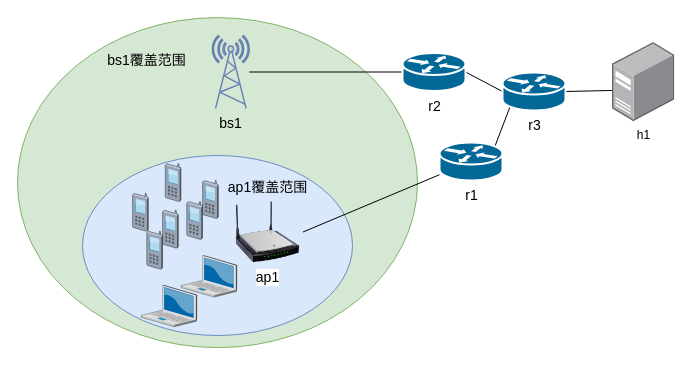
Before: page "典型案例分析" (2 of 3) of 实验拓扑和结果.drawio in Icarus1994/neutron_conf, a draw.io diagram. Source tidied: cells renumbered, new cells numbered last; positions are measured from the earlier drawing's top-left corner, leaving out a move shared by most shapes. Both pictures are drawn from the tidied source at 100%, with x=0, y=0 at pixel (17, 17).
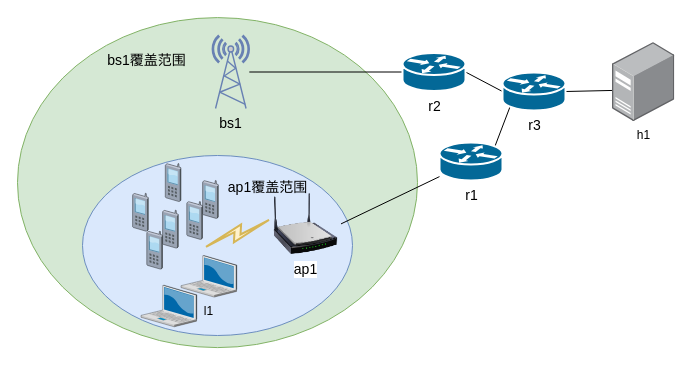
After the change.

Commit message:
Update 实验拓扑和结果.drawio

The edit, as a diff of the source:
```diff
@@
     <mxCell id="9" value="&lt;font style=&quot;font-size: 14px&quot;&gt;ap1&lt;/font&gt;" style="image;html=1;labelBackgroundColor=#ffffff;image=img/lib/clip_art/networking/Wireless_Router_N_128x128.png;" parent="1" vertex="1">
-      <mxGeometry x="215" y="184" width="70.5" height="61" as="geometry" />
+      <mxGeometry x="253" y="175.9" width="70.5" height="61" as="geometry" />
     </mxCell>
@@
-    <mxCell id="19" style="verticalLabelPosition=bottom;html=1;verticalAlign=top;strokeColor=none;align=center;shape=mxgraph.citrix.laptop_2;" parent="1" vertex="1">
+    <mxCell id="19" value="l1" style="verticalLabelPosition=bottom;html=1;verticalAlign=top;strokeColor=none;align=center;shape=mxgraph.citrix.laptop_2;" parent="1" vertex="1">
       <mxGeometry x="163.5" y="238" width="55.8" height="41.6" as="geometry" />
     </mxCell>
@@
+    <mxCell id="25" style="html=1;outlineConnect=0;fillColor=#fff2cc;strokeColor=#d6b656;gradientDirection=north;strokeWidth=2;shape=mxgraph.networks.comm_link_edge;html=1;endArrow=none;endFill=0;" parent="1" edge="1">
+      <mxGeometry relative="1" as="geometry">
+        <mxPoint x="185" y="230.8" as="sourcePoint" />
+        <mxPoint x="255" y="200.8" as="targetPoint" />
+        <Array as="points">
+          <mxPoint x="336" y="200.8" />
+        </Array>
+      </mxGeometry>
+    </mxCell>
```
